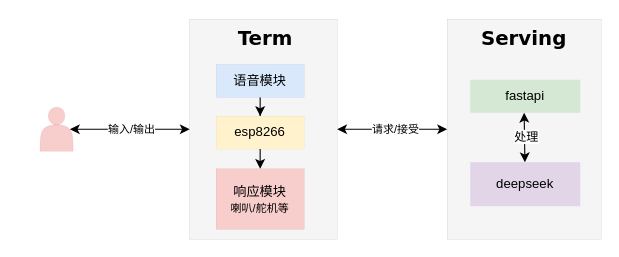
Earlier version of the draw.io diagram drawio/term-serving.drawio (tkdo/device). Source tidied: cells renumbered, new cells numbered last; positions are measured from the earlier drawing's top-left corner, leaving out a move shared by most shapes. Both pictures are drawn from the tidied source at 110%, with x=0, y=0 at pixel (40, 19).
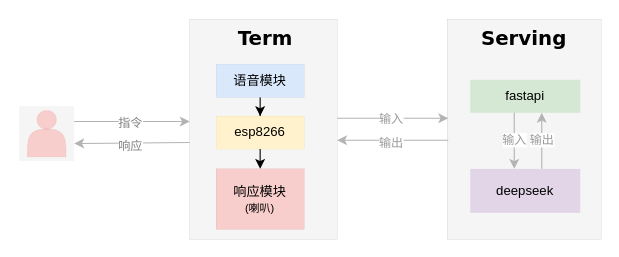
After the change.

Unchanged cells that the change refers to:
```xml
<mxCell id="2" style="rounded=0;whiteSpace=wrap;html=1;fillColor=#f5f5f5;fontColor=#333333;strokeColor=#666666;strokeWidth=0;" parent="1" vertex="1">
  <mxGeometry x="136" width="134" height="200" as="geometry" />
</mxCell>
<mxCell id="3" style="rounded=0;whiteSpace=wrap;html=1;fillColor=#f5f5f5;fontColor=#333333;strokeColor=#666666;strokeWidth=0;" parent="1" vertex="1">
  <mxGeometry x="370" width="140" height="200" as="geometry" />
</mxCell>
```

The edit, as a diff of the source:
```diff
@@
+    <mxCell id="20" style="whiteSpace=wrap;html=1;fillColor=#f5f5f5;fontColor=#333333;strokeColor=none;" parent="1" vertex="1">
+      <mxGeometry x="-19" y="79" width="50" height="50" as="geometry" />
+    </mxCell>
@@
     <mxCell id="5" value="deepseek" style="rounded=0;whiteSpace=wrap;html=1;fillColor=#e1d5e7;strokeColor=none;glass=0;shadow=0;" parent="1" vertex="1">
-      <mxGeometry x="391" y="130" width="100" height="40" as="geometry" />
+      <mxGeometry x="391" y="136" width="100" height="40" as="geometry" />
     </mxCell>
@@
     <mxCell id="7" style="shape=actor;whiteSpace=wrap;html=1;fillColor=#f8cecc;strokeColor=#b85450;strokeWidth=0;" parent="1" vertex="1">
-      <mxGeometry y="80" width="30" height="40" as="geometry" />
+      <mxGeometry x="-11.5" y="83" width="35" height="42" as="geometry" />
     </mxCell>
@@
-    <mxCell id="10" style="endArrow=classic;startArrow=classic;html=1;rounded=0;" parent="1" edge="1" source="5">
-      <mxGeometry relative="1" as="geometry">
-        <mxPoint x="440" y="85" as="targetPoint" />
-      </mxGeometry>
-    </mxCell>
-    <mxCell id="11" value="处理" style="edgeLabel;html=1;align=center;verticalAlign=middle;" parent="10" vertex="1">
-      <mxGeometry y="-1" relative="1" as="geometry" />
-    </mxCell>
-    <mxCell id="12" value="&lt;div&gt;&lt;span style=&quot;background-color: transparent; color: light-dark(rgb(0, 0, 0), rgb(255, 255, 255));&quot;&gt;响应模块&lt;/span&gt;&lt;/div&gt;&lt;div&gt;&lt;font style=&quot;font-size: 10px;&quot;&gt;喇叭/舵机等&lt;/font&gt;&lt;/div&gt;" style="rounded=0;whiteSpace=wrap;html=1;fillColor=#f8cecc;strokeColor=#b85450;strokeWidth=0;" parent="1" vertex="1">
+    <mxCell id="12" value="&lt;div&gt;&lt;span style=&quot;background-color: transparent; color: light-dark(rgb(0, 0, 0), rgb(255, 255, 255));&quot;&gt;响应模块&lt;/span&gt;&lt;/div&gt;&lt;div&gt;&lt;font style=&quot;font-size: 10px;&quot;&gt;(喇叭)&lt;/font&gt;&lt;/div&gt;" style="rounded=0;whiteSpace=wrap;html=1;fillColor=#f8cecc;strokeColor=#b85450;strokeWidth=0;" parent="1" vertex="1">
       <mxGeometry x="160" y="136" width="80" height="55" as="geometry" />
     </mxCell>
@@
-    <mxCell id="14" style="endArrow=classic;startArrow=classic;html=1;rounded=0;entryX=0;entryY=0.5;entryDx=0;entryDy=0;exitX=1;exitY=0.5;exitDx=0;exitDy=0;" parent="1" edge="1" source="2" target="3">
-      <mxGeometry relative="1" as="geometry" />
-    </mxCell>
-    <mxCell id="15" value="&lt;font style=&quot;font-size: 10px;&quot;&gt;请求/接受&lt;/font&gt;" style="edgeLabel;html=1;align=center;verticalAlign=middle;" parent="14" vertex="1">
-      <mxGeometry x="0.04" y="-2" relative="1" as="geometry">
-        <mxPoint y="-3" as="offset" />
-      </mxGeometry>
-    </mxCell>
@@
-    <mxCell id="17" style="endArrow=classic;startArrow=classic;html=1;rounded=0;entryX=0;entryY=0.5;entryDx=0;entryDy=0;exitX=0.9;exitY=0.5;exitDx=0;exitDy=0;exitPerimeter=0;" parent="1" edge="1" source="7" target="2">
-      <mxGeometry relative="1" as="geometry" />
-    </mxCell>
-    <mxCell id="18" value="&lt;font style=&quot;font-size: 10px;&quot;&gt;输入/输出&lt;/font&gt;" style="edgeLabel;html=1;align=center;verticalAlign=middle;" parent="17" vertex="1">
-      <mxGeometry y="-4" relative="1" as="geometry">
-        <mxPoint y="-5" as="offset" />
-      </mxGeometry>
-    </mxCell>
@@
+    <mxCell id="21" style="endArrow=classic;html=1;rounded=0;entryX=0.03;entryY=0.42;entryDx=0;entryDy=0;entryPerimeter=0;fillColor=#f5f5f5;strokeColor=#B3B3B3;" parent="1" edge="1">
+      <mxGeometry relative="1" as="geometry">
+        <mxPoint x="31" y="93" as="sourcePoint" />
+        <mxPoint x="136" y="93" as="targetPoint" />
+      </mxGeometry>
+    </mxCell>
+    <mxCell id="22" value="指令" style="edgeLabel;html=1;align=center;verticalAlign=middle;fontColor=#808080;" parent="21" vertex="1">
+      <mxGeometry x="-0.2" y="-2" relative="1" as="geometry">
+        <mxPoint x="8" y="-2" as="offset" />
+      </mxGeometry>
+    </mxCell>
+    <mxCell id="23" style="endArrow=classic;html=1;rounded=0;exitX=0;exitY=0.5;exitDx=0;exitDy=0;fillColor=#f5f5f5;strokeColor=#B3B3B3;" parent="1" edge="1">
+      <mxGeometry relative="1" as="geometry">
+        <mxPoint x="136" y="112" as="sourcePoint" />
+        <mxPoint x="31" y="113" as="targetPoint" />
+      </mxGeometry>
+    </mxCell>
+    <mxCell id="24" value="响应" style="edgeLabel;html=1;align=center;verticalAlign=middle;fontColor=#808080;" parent="23" vertex="1">
+      <mxGeometry x="-0.01" y="2" relative="1" as="geometry">
+        <mxPoint x="-3" as="offset" />
+      </mxGeometry>
+    </mxCell>
+    <mxCell id="25" style="endArrow=classic;html=1;rounded=0;fontColor=#999999;strokeColor=#B3B3B3;" parent="1" edge="1">
+      <mxGeometry relative="1" as="geometry">
+        <mxPoint x="270" y="90" as="sourcePoint" />
+        <mxPoint x="371" y="90" as="targetPoint" />
+      </mxGeometry>
+    </mxCell>
+    <mxCell id="26" value="输入" style="edgeLabel;html=1;align=center;verticalAlign=middle;fontColor=#999999;" parent="25" vertex="1">
+      <mxGeometry x="-0.2" y="-2" relative="1" as="geometry">
+        <mxPoint x="8" y="-2" as="offset" />
+      </mxGeometry>
+    </mxCell>
+    <mxCell id="27" style="endArrow=classic;html=1;rounded=0;fontColor=#999999;strokeColor=#B3B3B3;" parent="1" edge="1">
+      <mxGeometry relative="1" as="geometry">
+        <mxPoint x="371" y="110" as="sourcePoint" />
+        <mxPoint x="270" y="110" as="targetPoint" />
+      </mxGeometry>
+    </mxCell>
+    <mxCell id="28" value="输出" style="edgeLabel;html=1;align=center;verticalAlign=middle;fontColor=#999999;" parent="27" vertex="1">
+      <mxGeometry x="-0.01" y="2" relative="1" as="geometry">
+        <mxPoint x="-3" as="offset" />
+      </mxGeometry>
+    </mxCell>
+    <mxCell id="29" style="endArrow=classic;html=1;rounded=0;fontColor=#999999;strokeColor=#B3B3B3;entryX=0.25;entryY=0;entryDx=0;entryDy=0;exitX=0.25;exitY=1;exitDx=0;exitDy=0;" parent="1" edge="1">
+      <mxGeometry relative="1" as="geometry">
+        <mxPoint x="431" y="85" as="sourcePoint" />
+        <mxPoint x="431" y="136" as="targetPoint" />
+      </mxGeometry>
+    </mxCell>
+    <mxCell id="30" value="输入" style="edgeLabel;html=1;align=center;verticalAlign=middle;fontColor=#999999;" parent="29" vertex="1">
+      <mxGeometry x="-0.2" y="-2" relative="1" as="geometry">
+        <mxPoint x="1" y="4" as="offset" />
+      </mxGeometry>
+    </mxCell>
+    <mxCell id="31" style="endArrow=classic;html=1;rounded=0;fontColor=#999999;strokeColor=#B3B3B3;entryX=0.75;entryY=1;entryDx=0;entryDy=0;exitX=0.75;exitY=0;exitDx=0;exitDy=0;" parent="1" edge="1">
+      <mxGeometry relative="1" as="geometry">
+        <mxPoint x="456" y="136" as="sourcePoint" />
+        <mxPoint x="456" y="85" as="targetPoint" />
+      </mxGeometry>
+    </mxCell>
+    <mxCell id="32" value="输出" style="edgeLabel;html=1;align=center;verticalAlign=middle;fontColor=#999999;" parent="31" vertex="1">
+      <mxGeometry x="-0.01" y="2" relative="1" as="geometry">
+        <mxPoint x="1" y="-2" as="offset" />
+      </mxGeometry>
+    </mxCell>
```
